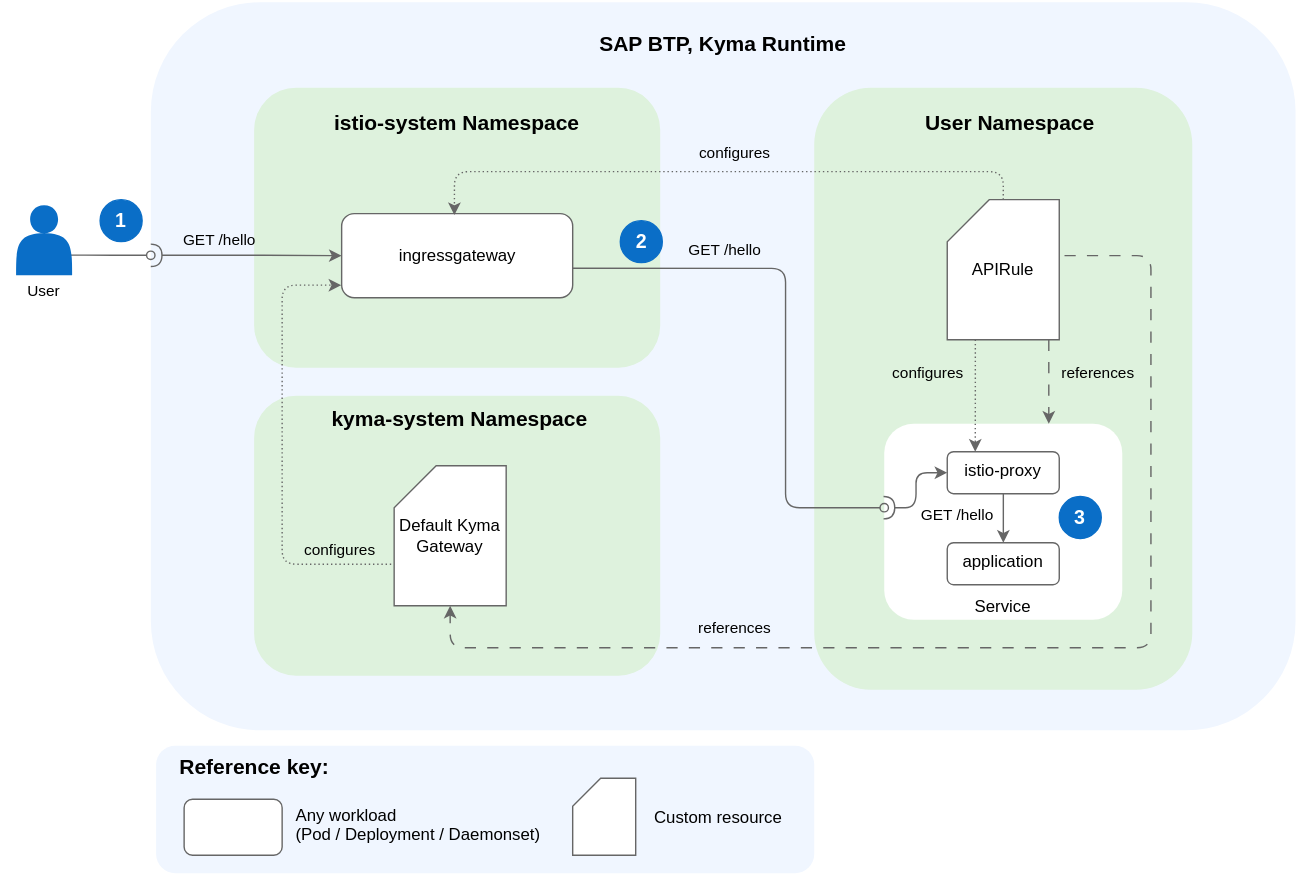
Above: docs/assets/APIRules-jwt.drawio.svg in kyma-project/api-gateway (draw.io), before the change. Source tidied: cells renumbered, new cells last; positions are measured from the earlier drawing's top-left corner, leaving out a move shared by most shapes.
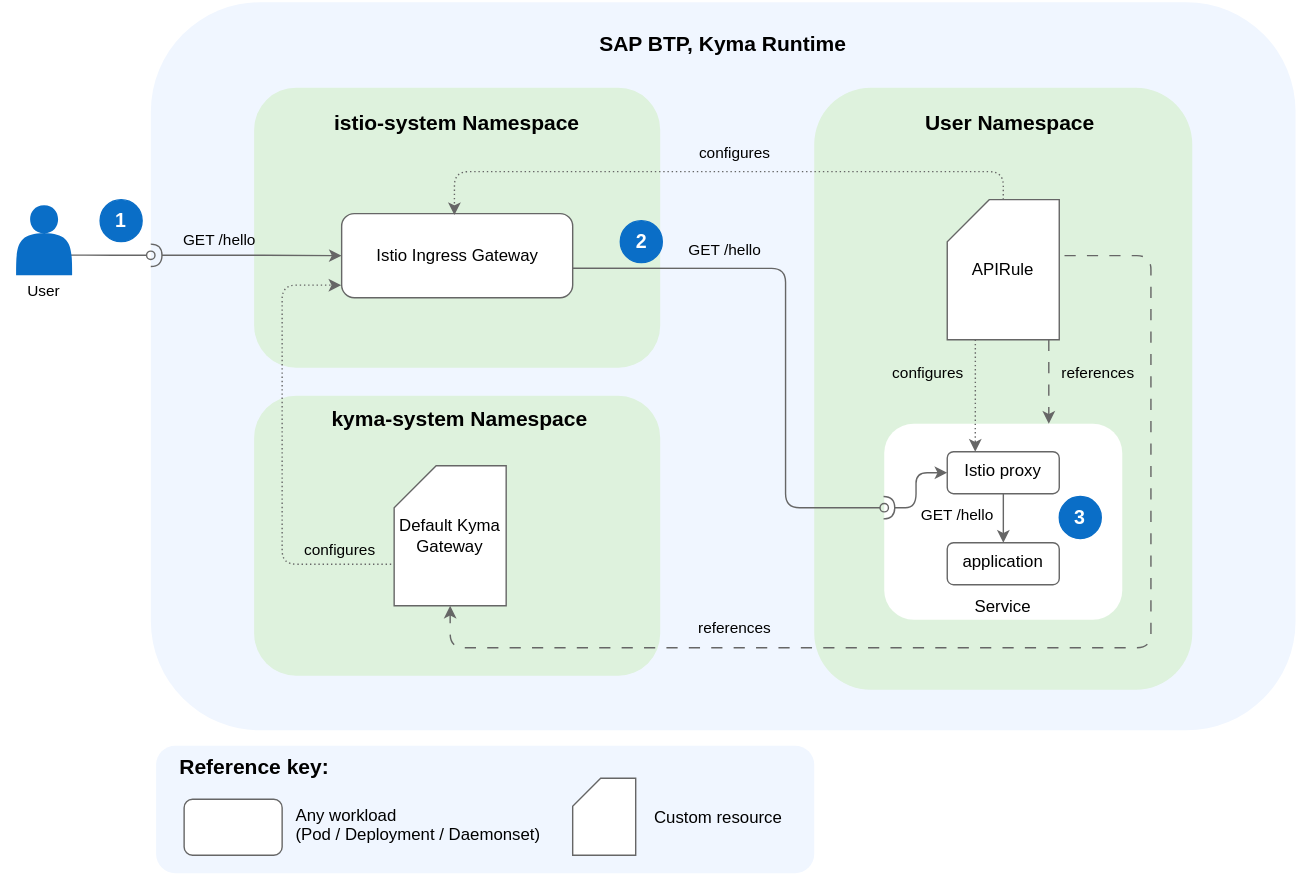
The same diagram one commit later.

What changed in the source:
```diff
@@ -33,7 +33,7 @@
     <mxCell id="8" value="&lt;font&gt;User&lt;/font&gt;" style="text;html=1;whiteSpace=wrap;strokeColor=none;fillColor=none;align=center;verticalAlign=middle;rounded=0;fontSize=11;" parent="1" vertex="1">
       <mxGeometry y="191" width="60" height="30" as="geometry" />
     </mxCell>
-    <mxCell id="9" value="ingressgateway" style="rounded=1;whiteSpace=wrap;html=1;strokeColor=#666666;" parent="1" vertex="1">
+    <mxCell id="9" value="Istio Ingress Gateway" style="rounded=1;whiteSpace=wrap;html=1;strokeColor=#666666;" parent="1" vertex="1">
       <mxGeometry x="242.5" y="151" width="165" height="60" as="geometry" />
     </mxCell>
     <mxCell id="10" style="rounded=1;whiteSpace=wrap;html=1;fillColor=#DEF2DD;strokeColor=none;fontSize=15;fontStyle=1;verticalAlign=bottom;" parent="1" vertex="1">
@@ -145,7 +145,7 @@
     <mxCell id="32" style="edgeStyle=orthogonalEdgeStyle;rounded=1;jettySize=auto;html=1;strokeColor=#666666;align=center;verticalAlign=middle;fontFamily=Helvetica;fontSize=11;fontColor=default;labelBackgroundColor=default;startArrow=none;startFill=0;endArrow=classic;curved=0;" parent="1" edge="1" source="33" target="34">
       <mxGeometry relative="1" as="geometry" />
     </mxCell>
-    <mxCell id="33" value="istio-proxy" style="rounded=1;whiteSpace=wrap;html=1;strokeColor=#666666;verticalAlign=top;" parent="1" vertex="1">
+    <mxCell id="33" value="Istio proxy" style="rounded=1;whiteSpace=wrap;html=1;strokeColor=#666666;verticalAlign=top;" parent="1" vertex="1">
       <mxGeometry x="675" y="321" width="80" height="30" as="geometry" />
     </mxCell>
     <mxCell id="34" value="application" style="rounded=1;whiteSpace=wrap;html=1;strokeColor=#666666;verticalAlign=top;" parent="1" vertex="1">
```
